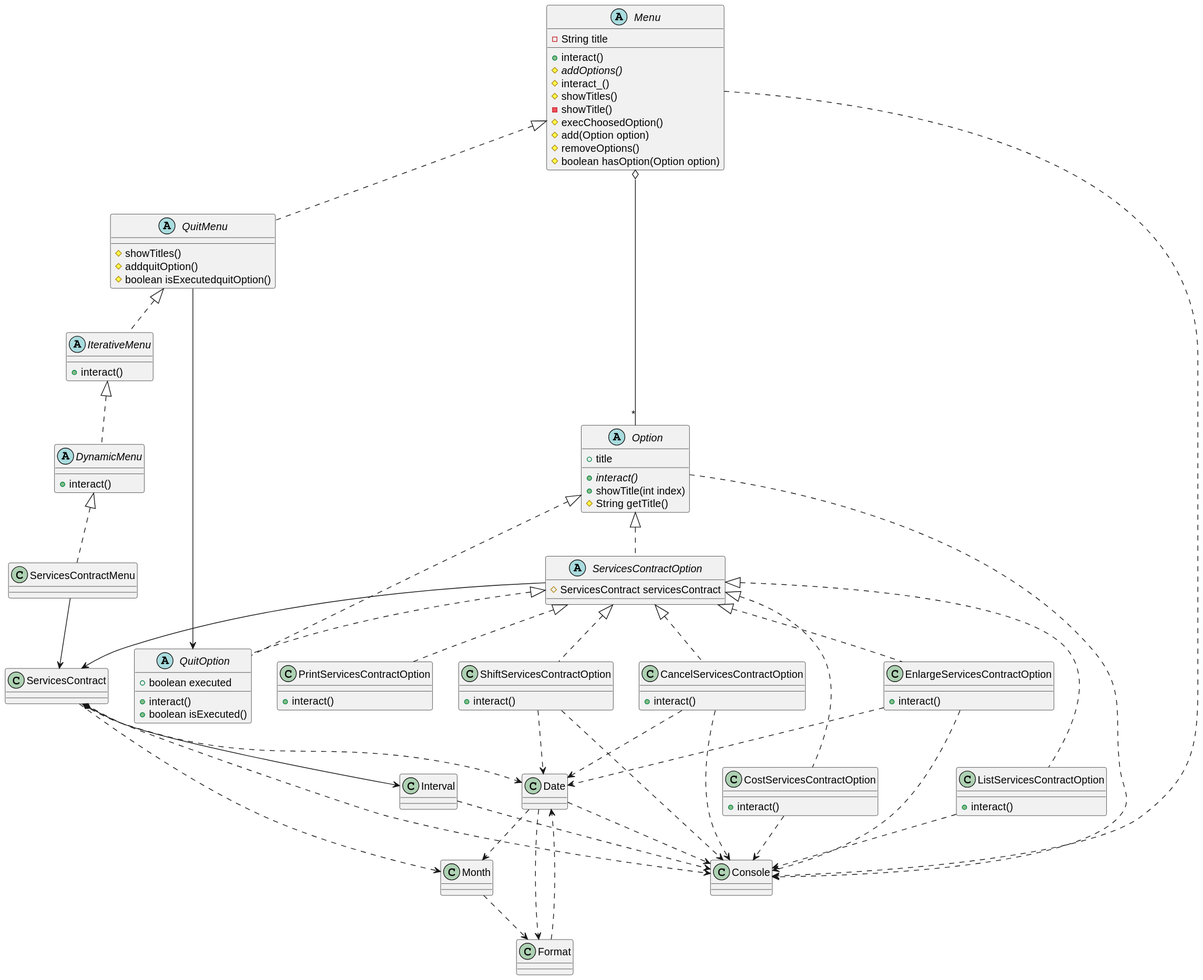
This is tech-java-orientadoObjetos/ServicesContractMenu/src/es/pbover/master/UML/ModeloClases.svg from USantaTecla-ed-mpds/lab-turing, a PlantUML export, as it was before one commit. Its diagram source:
```plantuml
@startuml
class ServicesContract
abstract class Menu
abstract class DynamicMenu
abstract class IterativeMenu
abstract class QuitMenu
class ServicesContractMenu
abstract class Option
abstract class ServicesContractOption
class CancelServicesContractOption
class CostServicesContractOption
class EnlargeServicesContractOption
class ListServicesContractOption
class PrintServicesContractOption
class QuitOption
class ShiftServicesContractOption
class Date
class Month
class Format
class Console

Option <|.. ServicesContractOption

ServicesContractOption <|.. CancelServicesContractOption
ServicesContractOption <|.. CostServicesContractOption
ServicesContractOption <|.. EnlargeServicesContractOption
ServicesContractOption <|.. ListServicesContractOption
ServicesContractOption <|.. PrintServicesContractOption
ServicesContractOption <|.. QuitOption
ServicesContractOption <|.. ShiftServicesContractOption


abstract class Menu {
 - String title
 +interact()
 #{abstract} addOptions()
 #interact_()
 #showTitles()
 -showTitle()
 #execChoosedOption()
 #add(Option option)
 #removeOptions()
 #boolean hasOption(Option option)
}

abstract class QuitMenu {
 #showTitles()
 #addquitOption()
 #boolean isExecutedquitOption()
}

abstract class IterativeMenu {
 +interact()
}

abstract class DynamicMenu {
 +interact()
}

abstract class Option {
 +title
 +{abstract} interact()
 +showTitle(int index)
 #String getTitle()
}

abstract class QuitOption {
 +boolean executed
 +interact()
 +boolean isExecuted()
}

abstract class ServicesContractOption {
 #ServicesContract servicesContract
}

class CancelServicesContractOption
{
  +interact()
}

class CostServicesContractOption
{
  +interact()
}

class EnlargeServicesContractOption
{
  +interact()
}

class ListServicesContractOption
{
  +interact()
}
class PrintServicesContractOption
{
  +interact()
}
class ShiftServicesContractOption
{
  +interact()
}

QuitMenu --> QuitOption

Menu <|.. QuitMenu
QuitMenu <|.. IterativeMenu
IterativeMenu <|.. DynamicMenu
DynamicMenu <|.. ServicesContractMenu
Option <|.. QuitOption

Menu o--"*" Option
ServicesContractMenu --> ServicesContract
ServicesContractOption --> ServicesContract

ServicesContract ..> Console
Menu ..> Console
CancelServicesContractOption ..> Console
CostServicesContractOption ..> Console
EnlargeServicesContractOption ..> Console
ListServicesContractOption ..> Console
Option ..> Console
ShiftServicesContractOption ..> Console
Interval ..> Console
Date ..> Console

ServicesContract *--> Interval

Date ..> Month
ServicesContract ..> Month

ServicesContract ..> Date
CancelServicesContractOption ..> Date
EnlargeServicesContractOption ..> Date
ShiftServicesContractOption ..> Date
Format ..> Date

Date ..> Format
Month ..> Format






@enduml
```
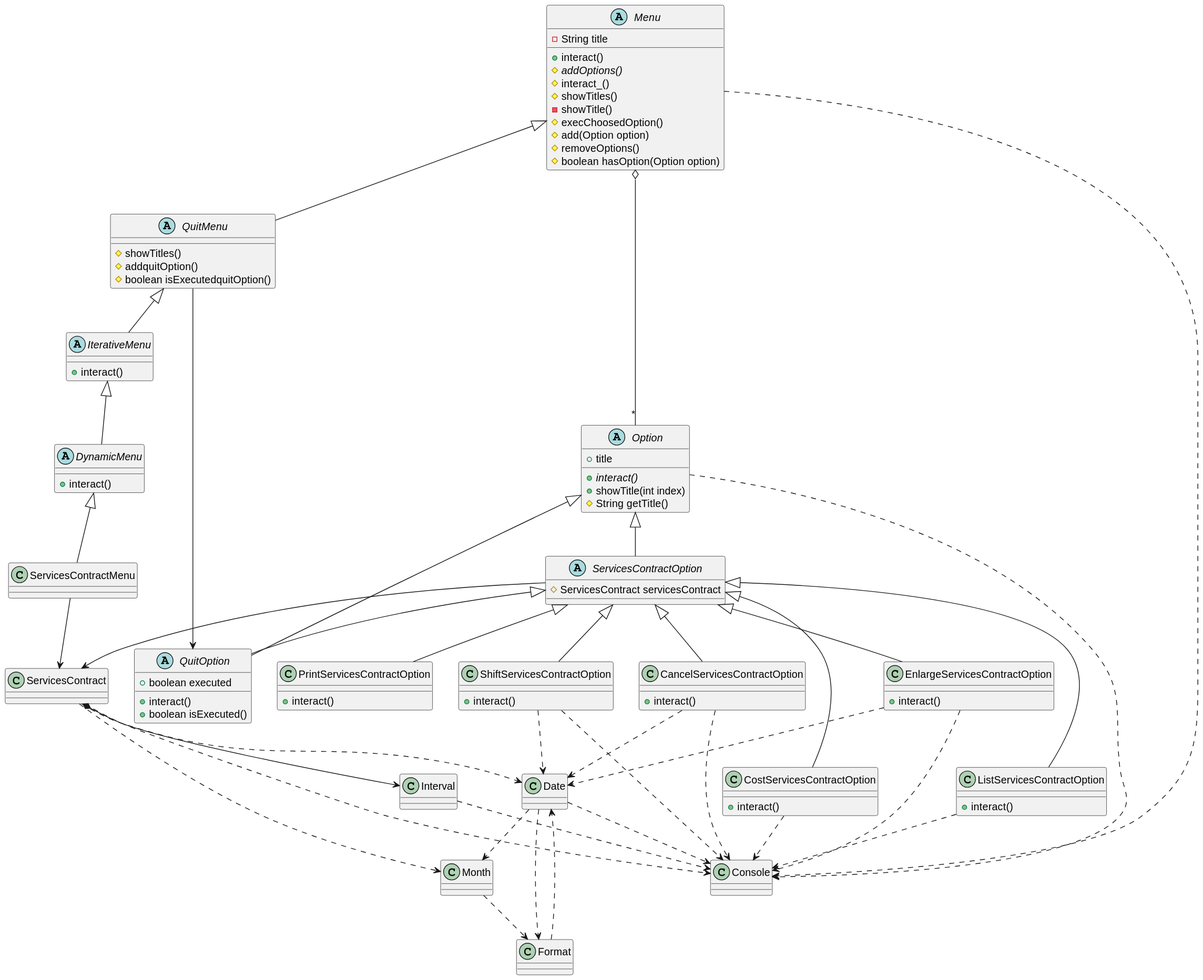
Later version of the same file.

The edit, as a diff of the source:
```diff
@@ -19,15 +19,15 @@
 class Format
 class Console
 
-Option <|.. ServicesContractOption
+Option <|-- ServicesContractOption
 
-ServicesContractOption <|.. CancelServicesContractOption
-ServicesContractOption <|.. CostServicesContractOption
-ServicesContractOption <|.. EnlargeServicesContractOption
-ServicesContractOption <|.. ListServicesContractOption
-ServicesContractOption <|.. PrintServicesContractOption
-ServicesContractOption <|.. QuitOption
-ServicesContractOption <|.. ShiftServicesContractOption
+ServicesContractOption <|-- CancelServicesContractOption
+ServicesContractOption <|-- CostServicesContractOption
+ServicesContractOption <|-- EnlargeServicesContractOption
+ServicesContractOption <|-- ListServicesContractOption
+ServicesContractOption <|-- PrintServicesContractOption
+ServicesContractOption <|-- QuitOption
+ServicesContractOption <|-- ShiftServicesContractOption
 
 
 abstract class Menu {
@@ -104,11 +104,11 @@
 
 QuitMenu --> QuitOption
 
-Menu <|.. QuitMenu
-QuitMenu <|.. IterativeMenu
-IterativeMenu <|.. DynamicMenu
-DynamicMenu <|.. ServicesContractMenu
-Option <|.. QuitOption
+Menu <|-- QuitMenu
+QuitMenu <|-- IterativeMenu
+IterativeMenu <|-- DynamicMenu
+DynamicMenu <|-- ServicesContractMenu
+Option <|-- QuitOption
 
 Menu o--"*" Option
 ServicesContractMenu --> ServicesContract
```
